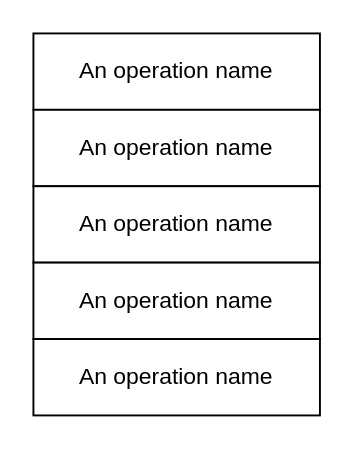
bluefantasy2014/draw.io keeps this draw.io diagram as OpenTracing_Span.drawio. Above is the earlier version. Source tidied: cells renumbered, new cells numbered last; positions are measured from the earlier drawing's top-left corner, leaving out a move shared by most shapes. Both pictures are drawn from the tidied source at 191%, with x=0, y=0 at pixel (32, 32).
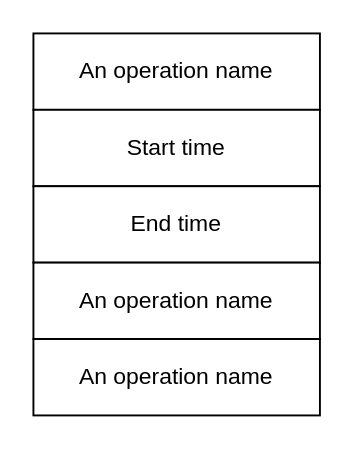
The same diagram, later.

Diff of the diagram source:
```diff
@@
 <mxGraphModel>
   <root>
     <mxCell id="0" />
     <mxCell id="1" parent="0" />
     <mxCell id="2" value="An operation name" style="rounded=0;whiteSpace=wrap;html=1;" parent="1" vertex="1">
       <mxGeometry width="150" height="40" as="geometry" />
     </mxCell>
-    <mxCell id="3" value="An operation name" style="rounded=0;whiteSpace=wrap;html=1;" parent="1" vertex="1">
+    <mxCell id="3" value="Start time" style="rounded=0;whiteSpace=wrap;html=1;" parent="1" vertex="1">
       <mxGeometry y="40" width="150" height="40" as="geometry" />
     </mxCell>
-    <mxCell id="4" value="An operation name" style="rounded=0;whiteSpace=wrap;html=1;" parent="1" vertex="1">
+    <mxCell id="4" value="End time" style="rounded=0;whiteSpace=wrap;html=1;" parent="1" vertex="1">
       <mxGeometry y="80" width="150" height="40" as="geometry" />
     </mxCell>
     <mxCell id="5" value="An operation name" style="rounded=0;whiteSpace=wrap;html=1;" parent="1" vertex="1">
       <mxGeometry y="120" width="150" height="40" as="geometry" />
     </mxCell>
     <mxCell id="6" value="An operation name" style="rounded=0;whiteSpace=wrap;html=1;" parent="1" vertex="1">
       <mxGeometry y="160" width="150" height="40" as="geometry" />
     </mxCell>
   </root>
 </mxGraphModel>
```
